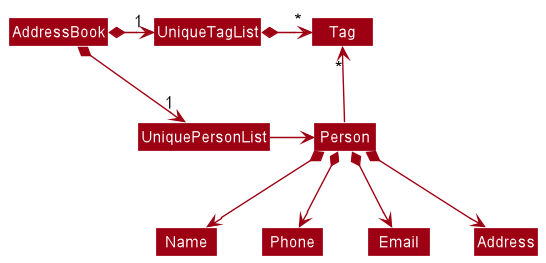
The PlantUML diagram docs/images/BetterModelClassDiagram.png in nus-cs2103-AY2223S1/tp, before a commit.
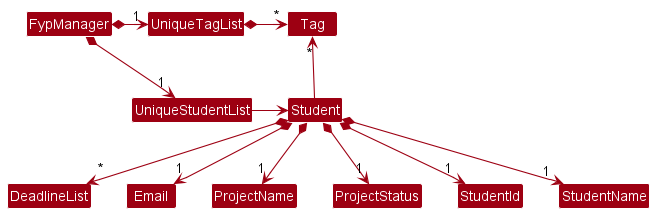
The same diagram one commit later.

The edit, as a diff of the source:
```diff
@@ -4,18 +4,30 @@
 skinparam arrowColor MODEL_COLOR
 skinparam classBackgroundColor MODEL_COLOR
 
-AddressBook *-right-> "1" UniquePersonList
-AddressBook *-right-> "1" UniqueTagList
-UniqueTagList -[hidden]down- UniquePersonList
-UniqueTagList -[hidden]down- UniquePersonList
+FypManager *-right-> "1" UniqueStudentList
+FypManager *-right-> "1" UniqueTagList
+UniqueTagList -[hidden]down- UniqueStudentList
+UniqueTagList -[hidden]down- UniqueStudentList
 
 UniqueTagList *-right-> "*" Tag
-UniquePersonList -right-> Person
+UniqueStudentList -right-> Student
 
-Person -up-> "*" Tag
+Student -up-> "*" Tag
 
-Person *--> Name
-Person *--> Phone
-Person *--> Email
-Person *--> Address
+Class UniqueStudentList
+Class Student
+Class DeadlineList
+Class Email
+Class ProjectName
+Class ProjectStatus
+Class StudentId
+Class StudentName
+Class Tag
+
+Student *-->"1" StudentName
+Student *-->"1" StudentId
+Student *-->"1" Email
+Student *-->"1" ProjectName
+Student *-->"1" ProjectStatus
+Student *-->"*" DeadlineList
 @enduml
```
